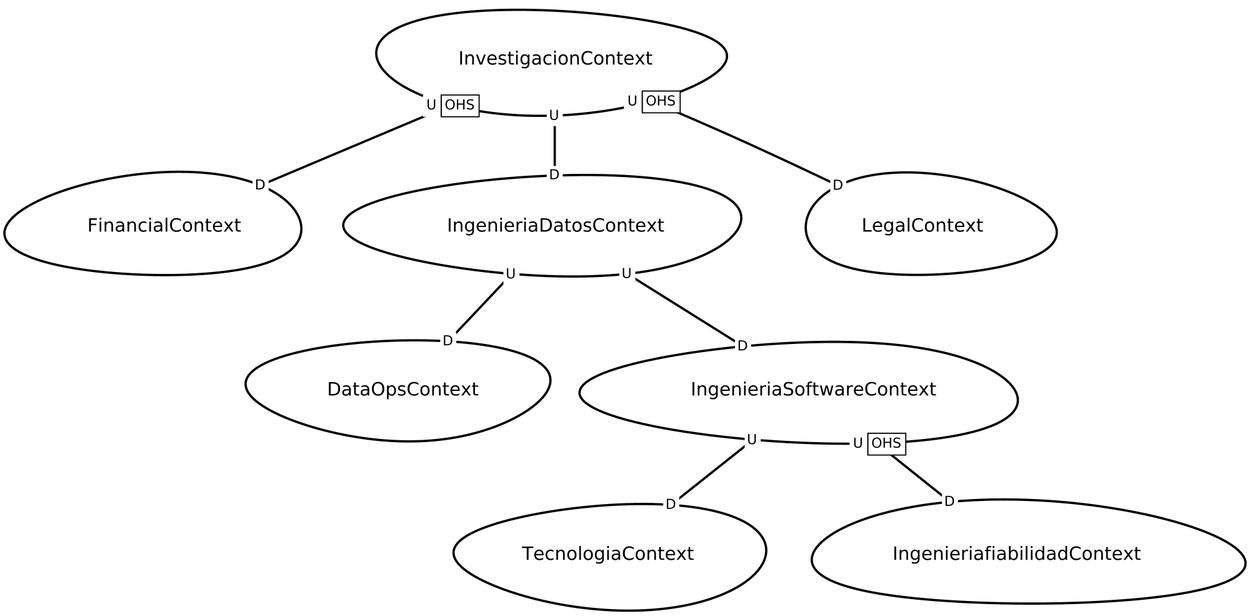
Earlier version of the Graphviz export src-gen/AsIs_ContextMap.png (TheCodeTeamUni/web-ide-demo). Its source is kept beside it as src-gen/AsIs_ContextMap.gv. Source of this version:
```dot
digraph "ContextMapGraph" {
graph ["imagepath"="/tmp/GraphvizJava"]
"DataOpsContext" ["margin"="0.3","orientation"="26","shape"="egg","fontsize"="16","style"="bold","label"="DataOpsContext\n","fontname"="sans-serif"]
"FinancialContext" ["margin"="0.3","orientation"="116","shape"="egg","fontsize"="16","style"="bold","label"="FinancialContext\n","fontname"="sans-serif"]
"IngenieriaDatosContext" ["margin"="0.3","orientation"="163","shape"="egg","fontsize"="16","style"="bold","label"="IngenieriaDatosContext\n","fontname"="sans-serif"]
"IngenieriaSoftwareContext" ["margin"="0.3","orientation"="267","shape"="egg","fontsize"="16","style"="bold","label"="IngenieriaSoftwareContext\n","fontname"="sans-serif"]
"TecnologiaContext" ["margin"="0.3","orientation"="135","shape"="egg","fontsize"="16","style"="bold","label"="TecnologiaContext\n","fontname"="sans-serif"]
"IngenieriafiabilidadContext" ["margin"="0.3","orientation"="114","shape"="egg","fontsize"="16","style"="bold","label"="IngenieriafiabilidadContext\n","fontname"="sans-serif"]
"InvestigacionContext" ["margin"="0.3","orientation"="149","shape"="egg","fontsize"="16","style"="bold","label"="InvestigacionContext\n","fontname"="sans-serif"]
"LegalContext" ["margin"="0.3","orientation"="262","shape"="egg","fontsize"="16","style"="bold","label"="LegalContext\n","fontname"="sans-serif"]
"IngenieriaDatosContext" -> "DataOpsContext" ["headlabel"=<<table cellspacing="0" cellborder="0" border="0">
<tr><td bgcolor="white">D</td></tr>
</table>>,"labeldistance"="0","fontsize"="12","taillabel"=<<table cellspacing="0" cellborder="0" border="0">
<tr><td bgcolor="white">U</td></tr>
</table>>,"style"="bold","label"="                                        ","dir"="none","fontname"="sans-serif"]
"IngenieriaDatosContext" -> "IngenieriaSoftwareContext" ["headlabel"=<<table cellspacing="0" cellborder="0" border="0">
<tr><td bgcolor="white">D</td></tr>
</table>>,"labeldistance"="0","fontsize"="12","taillabel"=<<table cellspacing="0" cellborder="0" border="0">
<tr><td bgcolor="white">U</td></tr>
</table>>,"style"="bold","label"="                                        ","dir"="none","fontname"="sans-serif"]
"IngenieriaSoftwareContext" -> "TecnologiaContext" ["headlabel"=<<table cellspacing="0" cellborder="0" border="0">
<tr><td bgcolor="white">D</td></tr>
</table>>,"labeldistance"="0","fontsize"="12","taillabel"=<<table cellspacing="0" cellborder="0" border="0">
<tr><td bgcolor="white">U</td></tr>
</table>>,"style"="bold","label"="                                        ","dir"="none","fontname"="sans-serif"]
"IngenieriaSoftwareContext" -> "IngenieriafiabilidadContext" ["headlabel"=<<table cellspacing="0" cellborder="0" border="0">
<tr><td bgcolor="white">D</td></tr>
</table>>,"labeldistance"="0","fontsize"="12","taillabel"=<<table cellspacing="0" cellborder="1" border="0">
<tr><td bgcolor="white" sides="r">U</td><td sides="trbl" bgcolor="white"><font>OHS</font></td></tr>
</table>>,"style"="bold","label"="                                        ","dir"="none","fontname"="sans-serif"]
"InvestigacionContext" -> "IngenieriaDatosContext" ["headlabel"=<<table cellspacing="0" cellborder="0" border="0">
<tr><td bgcolor="white">D</td></tr>
</table>>,"labeldistance"="0","fontsize"="12","taillabel"=<<table cellspacing="0" cellborder="0" border="0">
<tr><td bgcolor="white">U</td></tr>
</table>>,"style"="bold","label"="                                        ","dir"="none","fontname"="sans-serif"]
"InvestigacionContext" -> "LegalContext" ["headlabel"=<<table cellspacing="0" cellborder="0" border="0">
<tr><td bgcolor="white">D</td></tr>
</table>>,"labeldistance"="0","fontsize"="12","taillabel"=<<table cellspacing="0" cellborder="1" border="0">
<tr><td bgcolor="white" sides="r">U</td><td sides="trbl" bgcolor="white"><font>OHS</font></td></tr>
</table>>,"style"="bold","label"="                                        ","dir"="none","fontname"="sans-serif"]
"InvestigacionContext" -> "FinancialContext" ["headlabel"=<<table cellspacing="0" cellborder="0" border="0">
<tr><td bgcolor="white">D</td></tr>
</table>>,"labeldistance"="0","fontsize"="12","taillabel"=<<table cellspacing="0" cellborder="1" border="0">
<tr><td bgcolor="white" sides="r">U</td><td sides="trbl" bgcolor="white"><font>OHS</font></td></tr>
</table>>,"style"="bold","label"="                                        ","dir"="none","fontname"="sans-serif"]
}
```
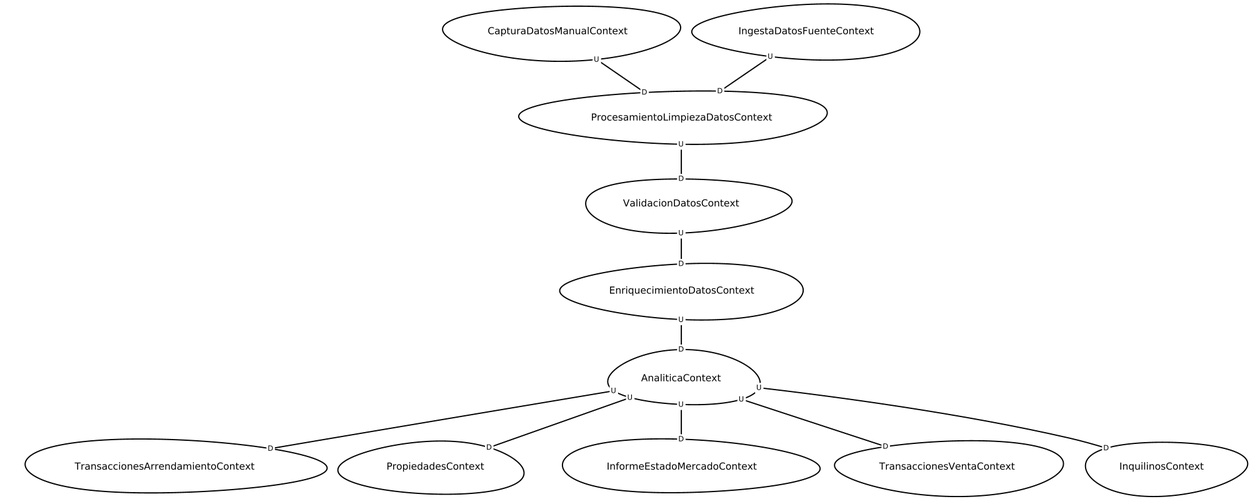
After the change.

Diff of the diagram source:
```diff
@@ -1,46 +1,64 @@
 digraph "ContextMapGraph" {
 graph ["imagepath"="/tmp/GraphvizJava"]
-"DataOpsContext" ["margin"="0.3","orientation"="26","shape"="egg","fontsize"="16","style"="bold","label"="DataOpsContext\n","fontname"="sans-serif"]
-"FinancialContext" ["margin"="0.3","orientation"="116","shape"="egg","fontsize"="16","style"="bold","label"="FinancialContext\n","fontname"="sans-serif"]
-"IngenieriaDatosContext" ["margin"="0.3","orientation"="163","shape"="egg","fontsize"="16","style"="bold","label"="IngenieriaDatosContext\n","fontname"="sans-serif"]
-"IngenieriaSoftwareContext" ["margin"="0.3","orientation"="267","shape"="egg","fontsize"="16","style"="bold","label"="IngenieriaSoftwareContext\n","fontname"="sans-serif"]
-"TecnologiaContext" ["margin"="0.3","orientation"="135","shape"="egg","fontsize"="16","style"="bold","label"="TecnologiaContext\n","fontname"="sans-serif"]
-"IngenieriafiabilidadContext" ["margin"="0.3","orientation"="114","shape"="egg","fontsize"="16","style"="bold","label"="IngenieriafiabilidadContext\n","fontname"="sans-serif"]
-"InvestigacionContext" ["margin"="0.3","orientation"="149","shape"="egg","fontsize"="16","style"="bold","label"="InvestigacionContext\n","fontname"="sans-serif"]
-"LegalContext" ["margin"="0.3","orientation"="262","shape"="egg","fontsize"="16","style"="bold","label"="LegalContext\n","fontname"="sans-serif"]
-"IngenieriaDatosContext" -> "DataOpsContext" ["headlabel"=<<table cellspacing="0" cellborder="0" border="0">
+"AnaliticaContext" ["margin"="0.3","orientation"="70","shape"="egg","fontsize"="16","style"="bold","label"="AnaliticaContext\n","fontname"="sans-serif"]
+"TransaccionesArrendamientoContext" ["margin"="0.3","orientation"="313","shape"="egg","fontsize"="16","style"="bold","label"="TransaccionesArrendamientoContext\n","fontname"="sans-serif"]
+"PropiedadesContext" ["margin"="0.3","orientation"="324","shape"="egg","fontsize"="16","style"="bold","label"="PropiedadesContext\n","fontname"="sans-serif"]
+"InformeEstadoMercadoContext" ["margin"="0.3","orientation"="237","shape"="egg","fontsize"="16","style"="bold","label"="InformeEstadoMercadoContext\n","fontname"="sans-serif"]
+"TransaccionesVentaContext" ["margin"="0.3","orientation"="145","shape"="egg","fontsize"="16","style"="bold","label"="TransaccionesVentaContext\n","fontname"="sans-serif"]
+"InquilinosContext" ["margin"="0.3","orientation"="230","shape"="egg","fontsize"="16","style"="bold","label"="InquilinosContext\n","fontname"="sans-serif"]
+"CapturaDatosManualContext" ["margin"="0.3","orientation"="301","shape"="egg","fontsize"="16","style"="bold","label"="CapturaDatosManualContext\n","fontname"="sans-serif"]
+"ProcesamientoLimpiezaDatosContext" ["margin"="0.3","orientation"="309","shape"="egg","fontsize"="16","style"="bold","label"="ProcesamientoLimpiezaDatosContext\n","fontname"="sans-serif"]
+"ValidacionDatosContext" ["margin"="0.3","orientation"="273","shape"="egg","fontsize"="16","style"="bold","label"="ValidacionDatosContext\n","fontname"="sans-serif"]
+"EnriquecimientoDatosContext" ["margin"="0.3","orientation"="121","shape"="egg","fontsize"="16","style"="bold","label"="EnriquecimientoDatosContext\n","fontname"="sans-serif"]
+"IngestaDatosFuenteContext" ["margin"="0.3","orientation"="240","shape"="egg","fontsize"="16","style"="bold","label"="IngestaDatosFuenteContext\n","fontname"="sans-serif"]
+"AnaliticaContext" -> "TransaccionesArrendamientoContext" ["headlabel"=<<table cellspacing="0" cellborder="0" border="0">
 <tr><td bgcolor="white">D</td></tr>
 </table>>,"labeldistance"="0","fontsize"="12","taillabel"=<<table cellspacing="0" cellborder="0" border="0">
 <tr><td bgcolor="white">U</td></tr>
 </table>>,"style"="bold","label"="                                        ","dir"="none","fontname"="sans-serif"]
-"IngenieriaDatosContext" -> "IngenieriaSoftwareContext" ["headlabel"=<<table cellspacing="0" cellborder="0" border="0">
+"AnaliticaContext" -> "PropiedadesContext" ["headlabel"=<<table cellspacing="0" cellborder="0" border="0">
 <tr><td bgcolor="white">D</td></tr>
 </table>>,"labeldistance"="0","fontsize"="12","taillabel"=<<table cellspacing="0" cellborder="0" border="0">
 <tr><td bgcolor="white">U</td></tr>
 </table>>,"style"="bold","label"="                                        ","dir"="none","fontname"="sans-serif"]
-"IngenieriaSoftwareContext" -> "TecnologiaContext" ["headlabel"=<<table cellspacing="0" cellborder="0" border="0">
+"AnaliticaContext" -> "InformeEstadoMercadoContext" ["headlabel"=<<table cellspacing="0" cellborder="0" border="0">
 <tr><td bgcolor="white">D</td></tr>
 </table>>,"labeldistance"="0","fontsize"="12","taillabel"=<<table cellspacing="0" cellborder="0" border="0">
 <tr><td bgcolor="white">U</td></tr>
 </table>>,"style"="bold","label"="                                        ","dir"="none","fontname"="sans-serif"]
-"IngenieriaSoftwareContext" -> "IngenieriafiabilidadContext" ["headlabel"=<<table cellspacing="0" cellborder="0" border="0">
-<tr><td bgcolor="white">D</td></tr>
-</table>>,"labeldistance"="0","fontsize"="12","taillabel"=<<table cellspacing="0" cellborder="1" border="0">
-<tr><td bgcolor="white" sides="r">U</td><td sides="trbl" bgcolor="white"><font>OHS</font></td></tr>
-</table>>,"style"="bold","label"="                                        ","dir"="none","fontname"="sans-serif"]
-"InvestigacionContext" -> "IngenieriaDatosContext" ["headlabel"=<<table cellspacing="0" cellborder="0" border="0">
+"AnaliticaContext" -> "TransaccionesVentaContext" ["headlabel"=<<table cellspacing="0" cellborder="0" border="0">
 <tr><td bgcolor="white">D</td></tr>
 </table>>,"labeldistance"="0","fontsize"="12","taillabel"=<<table cellspacing="0" cellborder="0" border="0">
 <tr><td bgcolor="white">U</td></tr>
 </table>>,"style"="bold","label"="                                        ","dir"="none","fontname"="sans-serif"]
-"InvestigacionContext" -> "LegalContext" ["headlabel"=<<table cellspacing="0" cellborder="0" border="0">
+"AnaliticaContext" -> "InquilinosContext" ["headlabel"=<<table cellspacing="0" cellborder="0" border="0">
 <tr><td bgcolor="white">D</td></tr>
-</table>>,"labeldistance"="0","fontsize"="12","taillabel"=<<table cellspacing="0" cellborder="1" border="0">
-<tr><td bgcolor="white" sides="r">U</td><td sides="trbl" bgcolor="white"><font>OHS</font></td></tr>
+</table>>,"labeldistance"="0","fontsize"="12","taillabel"=<<table cellspacing="0" cellborder="0" border="0">
+<tr><td bgcolor="white">U</td></tr>
 </table>>,"style"="bold","label"="                                        ","dir"="none","fontname"="sans-serif"]
-"InvestigacionContext" -> "FinancialContext" ["headlabel"=<<table cellspacing="0" cellborder="0" border="0">
+"CapturaDatosManualContext" -> "ProcesamientoLimpiezaDatosContext" ["headlabel"=<<table cellspacing="0" cellborder="0" border="0">
 <tr><td bgcolor="white">D</td></tr>
-</table>>,"labeldistance"="0","fontsize"="12","taillabel"=<<table cellspacing="0" cellborder="1" border="0">
-<tr><td bgcolor="white" sides="r">U</td><td sides="trbl" bgcolor="white"><font>OHS</font></td></tr>
+</table>>,"labeldistance"="0","fontsize"="12","taillabel"=<<table cellspacing="0" cellborder="0" border="0">
+<tr><td bgcolor="white">U</td></tr>
+</table>>,"style"="bold","label"="                                        ","dir"="none","fontname"="sans-serif"]
+"ProcesamientoLimpiezaDatosContext" -> "ValidacionDatosContext" ["headlabel"=<<table cellspacing="0" cellborder="0" border="0">
+<tr><td bgcolor="white">D</td></tr>
+</table>>,"labeldistance"="0","fontsize"="12","taillabel"=<<table cellspacing="0" cellborder="0" border="0">
+<tr><td bgcolor="white">U</td></tr>
+</table>>,"style"="bold","label"="                                        ","dir"="none","fontname"="sans-serif"]
+"ValidacionDatosContext" -> "EnriquecimientoDatosContext" ["headlabel"=<<table cellspacing="0" cellborder="0" border="0">
+<tr><td bgcolor="white">D</td></tr>
+</table>>,"labeldistance"="0","fontsize"="12","taillabel"=<<table cellspacing="0" cellborder="0" border="0">
+<tr><td bgcolor="white">U</td></tr>
+</table>>,"style"="bold","label"="                                        ","dir"="none","fontname"="sans-serif"]
+"EnriquecimientoDatosContext" -> "AnaliticaContext" ["headlabel"=<<table cellspacing="0" cellborder="0" border="0">
+<tr><td bgcolor="white">D</td></tr>
+</table>>,"labeldistance"="0","fontsize"="12","taillabel"=<<table cellspacing="0" cellborder="0" border="0">
+<tr><td bgcolor="white">U</td></tr>
+</table>>,"style"="bold","label"="                                        ","dir"="none","fontname"="sans-serif"]
+"IngestaDatosFuenteContext" -> "ProcesamientoLimpiezaDatosContext" ["headlabel"=<<table cellspacing="0" cellborder="0" border="0">
+<tr><td bgcolor="white">D</td></tr>
+</table>>,"labeldistance"="0","fontsize"="12","taillabel"=<<table cellspacing="0" cellborder="0" border="0">
+<tr><td bgcolor="white">U</td></tr>
 </table>>,"style"="bold","label"="                                        ","dir"="none","fontname"="sans-serif"]
 }
```
